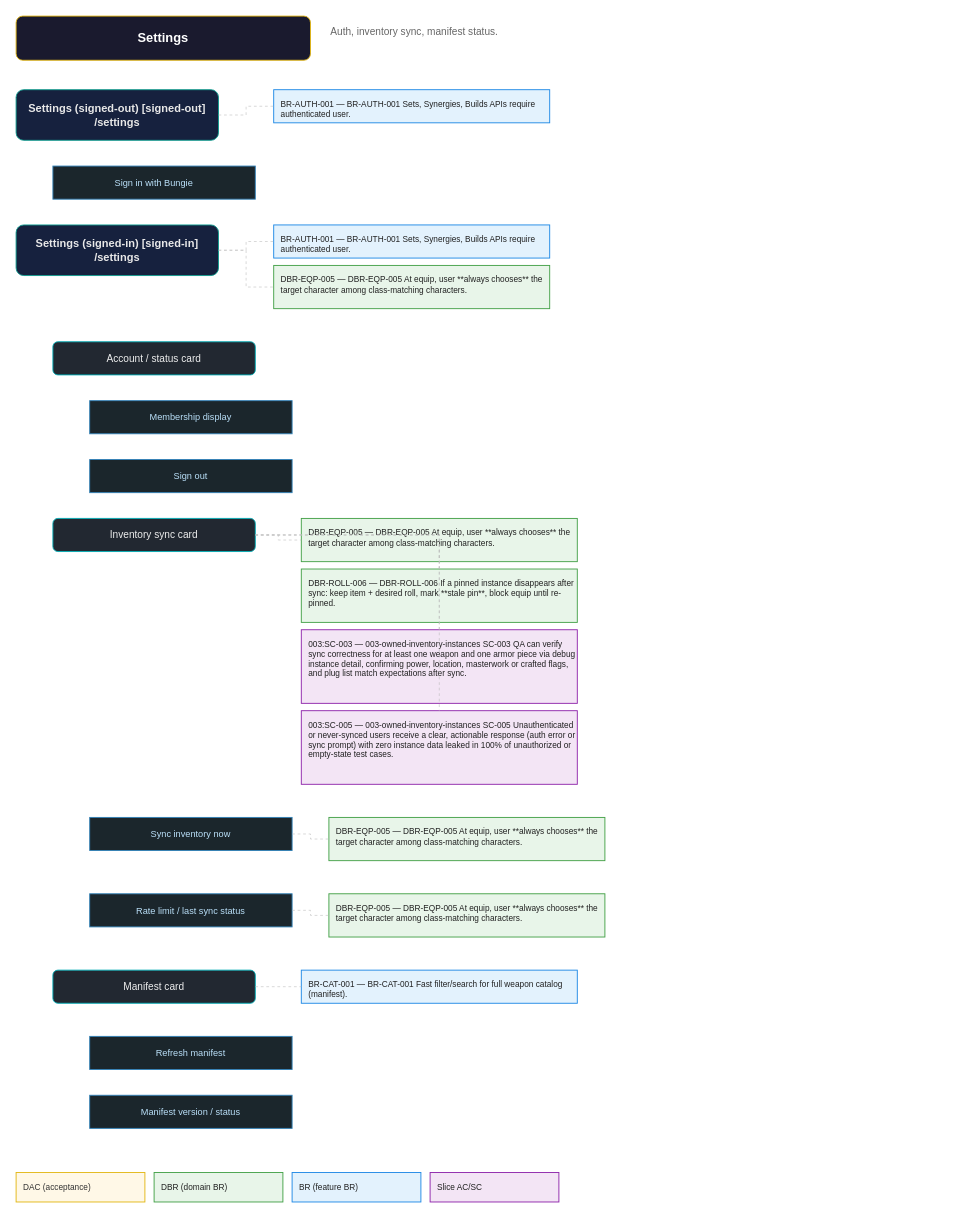
Above: page "Settings" (7 of 24) of docs/ui-rules/ui-map.drawio in DCForever/AI-Destiny-2-Build-Creator (draw.io), before the change. Source tidied: cells renumbered, new cells numbered last; positions are measured from the earlier drawing's top-left corner, leaving out a move shared by most shapes. Both pictures are drawn from the tidied source at 92%, with x=0, y=0 at pixel (16, 16).
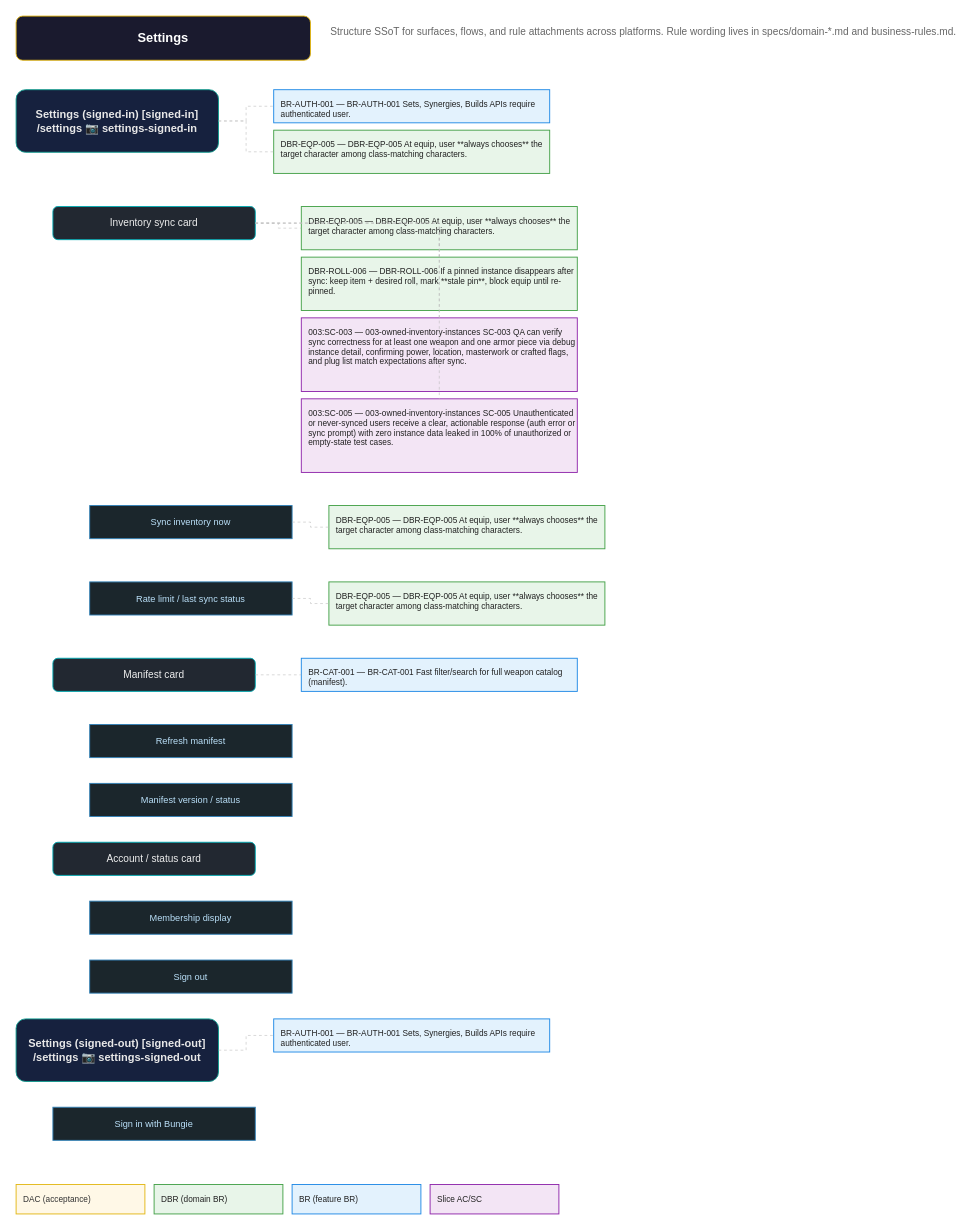
The same page after the edit.

Diff of the diagram source:
```diff
@@
-    <mxCell id="3" value="Auth, inventory sync, manifest status." style="text;html=1;strokeColor=none;fillColor=none;align=left;fontSize=11;fontColor=#666;" parent="1" vertex="1">
+    <mxCell id="3" value="Structure SSoT for surfaces, flows, and rule attachments across platforms. Rule wording lives in specs/domain-*.md and business-rules.md." style="text;html=1;strokeColor=none;fillColor=none;align=left;fontSize=11;fontColor=#666;" parent="1" vertex="1">
       <mxGeometry x="340" y="4" width="480" height="40" as="geometry" />
     </mxCell>
-    <mxCell id="4" value="Settings (signed-out) [signed-out] /settings" style="rounded=1;whiteSpace=wrap;html=1;fillColor=#16213e;fontColor=#e8e8e8;strokeColor=#0f9b8e;fontStyle=1;fontSize=12;" parent="1" vertex="1">
-      <mxGeometry y="80" width="220" height="55" as="geometry" />
+    <mxCell id="4" value="Settings (signed-in) [signed-in] /settings 📷 settings-signed-in" style="rounded=1;whiteSpace=wrap;html=1;fillColor=#16213e;fontColor=#e8e8e8;strokeColor=#0f9b8e;fontStyle=1;fontSize=12;" parent="1" vertex="1">
+      <mxGeometry y="80" width="220" height="68" as="geometry" />
     </mxCell>
@@
-    <mxCell id="7" value="Sign in with Bungie" style="rounded=0;whiteSpace=wrap;html=1;fillColor=#1b262c;fontColor=#bbe1fa;strokeColor=#3282b8;fontSize=10;" parent="1" vertex="1">
-      <mxGeometry x="40" y="163" width="220" height="36" as="geometry" />
+    <mxCell id="7" value="DBR-EQP-005 — DBR-EQP-005 At equip, user **always chooses** the target character among class-matching characters." style="rounded=0;whiteSpace=wrap;html=1;fillColor=#e8f5e9;fontColor=#222;strokeColor=#43a047;align=left;verticalAlign=top;spacingLeft=6;spacingTop=4;fontSize=9;" parent="1" vertex="1">
+      <mxGeometry x="280" y="124" width="300" height="47" as="geometry" />
     </mxCell>
-    <mxCell id="8" value="Settings (signed-in) [signed-in] /settings" style="rounded=1;whiteSpace=wrap;html=1;fillColor=#16213e;fontColor=#e8e8e8;strokeColor=#0f9b8e;fontStyle=1;fontSize=12;" parent="1" vertex="1">
-      <mxGeometry y="227" width="220" height="55" as="geometry" />
+    <mxCell id="8" style="edgeStyle=orthogonalEdgeStyle;rounded=0;html=1;strokeColor=#bbb;dashed=1;endArrow=none;opacity=60;" parent="1" edge="1" source="4" target="7">
+      <mxGeometry relative="1" as="geometry" />
     </mxCell>
-    <mxCell id="9" value="BR-AUTH-001 — BR-AUTH-001 Sets, Synergies, Builds APIs require authenticated user." style="rounded=0;whiteSpace=wrap;html=1;fillColor=#e3f2fd;fontColor=#222;strokeColor=#1e88e5;align=left;verticalAlign=top;spacingLeft=6;spacingTop=4;fontSize=9;" parent="1" vertex="1">
-      <mxGeometry x="280" y="227" width="300" height="36" as="geometry" />
+    <mxCell id="9" value="Inventory sync card" style="rounded=1;whiteSpace=wrap;html=1;fillColor=#222831;fontColor=#eeeeee;strokeColor=#00adb5;fontSize=11;" parent="1" vertex="1">
+      <mxGeometry x="40" y="207" width="220" height="36" as="geometry" />
     </mxCell>
-    <mxCell id="10" style="edgeStyle=orthogonalEdgeStyle;rounded=0;html=1;strokeColor=#bbb;dashed=1;endArrow=none;opacity=60;" parent="1" edge="1" source="8" target="9">
-      <mxGeometry relative="1" as="geometry" />
+    <mxCell id="10" value="DBR-EQP-005 — DBR-EQP-005 At equip, user **always chooses** the target character among class-matching characters." style="rounded=0;whiteSpace=wrap;html=1;fillColor=#e8f5e9;fontColor=#222;strokeColor=#43a047;align=left;verticalAlign=top;spacingLeft=6;spacingTop=4;fontSize=9;" parent="1" vertex="1">
+      <mxGeometry x="310" y="207" width="300" height="47" as="geometry" />
     </mxCell>
-    <mxCell id="11" value="DBR-EQP-005 — DBR-EQP-005 At equip, user **always chooses** the target character among class-matching characters." style="rounded=0;whiteSpace=wrap;html=1;fillColor=#e8f5e9;fontColor=#222;strokeColor=#43a047;align=left;verticalAlign=top;spacingLeft=6;spacingTop=4;fontSize=9;" parent="1" vertex="1">
-      <mxGeometry x="280" y="271" width="300" height="47" as="geometry" />
+    <mxCell id="11" style="edgeStyle=orthogonalEdgeStyle;rounded=0;html=1;strokeColor=#bbb;dashed=1;endArrow=none;opacity=60;" parent="1" edge="1" source="9" target="10">
+      <mxGeometry relative="1" as="geometry" />
     </mxCell>
-    <mxCell id="12" style="edgeStyle=orthogonalEdgeStyle;rounded=0;html=1;strokeColor=#bbb;dashed=1;endArrow=none;opacity=60;" parent="1" edge="1" source="8" target="11">
-      <mxGeometry relative="1" as="geometry" />
+    <mxCell id="12" value="DBR-ROLL-006 — DBR-ROLL-006 If a pinned instance disappears after sync: keep item + desired roll, mark **stale pin**, block equip until re-pinned." style="rounded=0;whiteSpace=wrap;html=1;fillColor=#e8f5e9;fontColor=#222;strokeColor=#43a047;align=left;verticalAlign=top;spacingLeft=6;spacingTop=4;fontSize=9;" parent="1" vertex="1">
+      <mxGeometry x="310" y="262" width="300" height="58" as="geometry" />
     </mxCell>
-    <mxCell id="13" value="Account / status card" style="rounded=1;whiteSpace=wrap;html=1;fillColor=#222831;fontColor=#eeeeee;strokeColor=#00adb5;fontSize=11;" parent="1" vertex="1">
-      <mxGeometry x="40" y="354" width="220" height="36" as="geometry" />
+    <mxCell id="13" style="edgeStyle=orthogonalEdgeStyle;rounded=0;html=1;strokeColor=#bbb;dashed=1;endArrow=none;opacity=60;" parent="1" edge="1" source="9" target="12">
+      <mxGeometry relative="1" as="geometry" />
     </mxCell>
-    <mxCell id="14" value="Membership display" style="rounded=0;whiteSpace=wrap;html=1;fillColor=#1b262c;fontColor=#bbe1fa;strokeColor=#3282b8;fontSize=10;" parent="1" vertex="1">
-      <mxGeometry x="80" y="418" width="220" height="36" as="geometry" />
+    <mxCell id="14" value="003:SC-003 — 003-owned-inventory-instances SC-003 QA can verify sync correctness for at least one weapon and one armor piece via debug instance detail, confirming power, location, masterwork or crafted flags, and plug list match expectations after sync." style="rounded=0;whiteSpace=wrap;html=1;fillColor=#f3e5f5;fontColor=#222;strokeColor=#8e24aa;align=left;verticalAlign=top;spacingLeft=6;spacingTop=4;fontSize=9;" parent="1" vertex="1">
+      <mxGeometry x="310" y="328" width="300" height="80" as="geometry" />
     </mxCell>
-    <mxCell id="15" value="Sign out" style="rounded=0;whiteSpace=wrap;html=1;fillColor=#1b262c;fontColor=#bbe1fa;strokeColor=#3282b8;fontSize=10;" parent="1" vertex="1">
-      <mxGeometry x="80" y="482" width="220" height="36" as="geometry" />
+    <mxCell id="15" style="edgeStyle=orthogonalEdgeStyle;rounded=0;html=1;strokeColor=#bbb;dashed=1;endArrow=none;opacity=60;" parent="1" edge="1" source="9" target="14">
+      <mxGeometry relative="1" as="geometry" />
     </mxCell>
-    <mxCell id="16" value="Inventory sync card" style="rounded=1;whiteSpace=wrap;html=1;fillColor=#222831;fontColor=#eeeeee;strokeColor=#00adb5;fontSize=11;" parent="1" vertex="1">
-      <mxGeometry x="40" y="546" width="220" height="36" as="geometry" />
+    <mxCell id="16" value="003:SC-005 — 003-owned-inventory-instances SC-005 Unauthenticated or never-synced users receive a clear, actionable response (auth error or sync prompt) with zero instance data leaked in 100% of unauthorized or empty-state test cases." style="rounded=0;whiteSpace=wrap;html=1;fillColor=#f3e5f5;fontColor=#222;strokeColor=#8e24aa;align=left;verticalAlign=top;spacingLeft=6;spacingTop=4;fontSize=9;" parent="1" vertex="1">
+      <mxGeometry x="310" y="416" width="300" height="80" as="geometry" />
     </mxCell>
-    <mxCell id="17" value="DBR-EQP-005 — DBR-EQP-005 At equip, user **always chooses** the target character among class-matching characters." style="rounded=0;whiteSpace=wrap;html=1;fillColor=#e8f5e9;fontColor=#222;strokeColor=#43a047;align=left;verticalAlign=top;spacingLeft=6;spacingTop=4;fontSize=9;" parent="1" vertex="1">
-      <mxGeometry x="310" y="546" width="300" height="47" as="geometry" />
+    <mxCell id="17" style="edgeStyle=orthogonalEdgeStyle;rounded=0;html=1;strokeColor=#bbb;dashed=1;endArrow=none;opacity=60;" parent="1" edge="1" source="9" target="16">
+      <mxGeometry relative="1" as="geometry" />
     </mxCell>
-    <mxCell id="18" style="edgeStyle=orthogonalEdgeStyle;rounded=0;html=1;strokeColor=#bbb;dashed=1;endArrow=none;opacity=60;" parent="1" edge="1" source="16" target="17">
-      <mxGeometry relative="1" as="geometry" />
+    <mxCell id="18" value="Sync inventory now" style="rounded=0;whiteSpace=wrap;html=1;fillColor=#1b262c;fontColor=#bbe1fa;strokeColor=#3282b8;fontSize=10;" parent="1" vertex="1">
+      <mxGeometry x="80" y="532" width="220" height="36" as="geometry" />
     </mxCell>
-    <mxCell id="19" value="DBR-ROLL-006 — DBR-ROLL-006 If a pinned instance disappears after sync: keep item + desired roll, mark **stale pin**, block equip until re-pinned." style="rounded=0;whiteSpace=wrap;html=1;fillColor=#e8f5e9;fontColor=#222;strokeColor=#43a047;align=left;verticalAlign=top;spacingLeft=6;spacingTop=4;fontSize=9;" parent="1" vertex="1">
-      <mxGeometry x="310" y="601" width="300" height="58" as="geometry" />
+    <mxCell id="19" value="DBR-EQP-005 — DBR-EQP-005 At equip, user **always chooses** the target character among class-matching characters." style="rounded=0;whiteSpace=wrap;html=1;fillColor=#e8f5e9;fontColor=#222;strokeColor=#43a047;align=left;verticalAlign=top;spacingLeft=6;spacingTop=4;fontSize=9;" parent="1" vertex="1">
+      <mxGeometry x="340" y="532" width="300" height="47" as="geometry" />
     </mxCell>
-    <mxCell id="20" style="edgeStyle=orthogonalEdgeStyle;rounded=0;html=1;strokeColor=#bbb;dashed=1;endArrow=none;opacity=60;" parent="1" edge="1" source="16" target="19">
+    <mxCell id="20" style="edgeStyle=orthogonalEdgeStyle;rounded=0;html=1;strokeColor=#bbb;dashed=1;endArrow=none;opacity=60;" parent="1" edge="1" source="18" target="19">
       <mxGeometry relative="1" as="geometry" />
     </mxCell>
-    <mxCell id="21" value="003:SC-003 — 003-owned-inventory-instances SC-003 QA can verify sync correctness for at least one weapon and one armor piece via debug instance detail, confirming power, location, masterwork or crafted flags, and plug list match expectations after sync." style="rounded=0;whiteSpace=wrap;html=1;fillColor=#f3e5f5;fontColor=#222;strokeColor=#8e24aa;align=left;verticalAlign=top;spacingLeft=6;spacingTop=4;fontSize=9;" parent="1" vertex="1">
-      <mxGeometry x="310" y="667" width="300" height="80" as="geometry" />
+    <mxCell id="21" value="Rate limit / last sync status" style="rounded=0;whiteSpace=wrap;html=1;fillColor=#1b262c;fontColor=#bbe1fa;strokeColor=#3282b8;fontSize=10;" parent="1" vertex="1">
+      <mxGeometry x="80" y="615" width="220" height="36" as="geometry" />
     </mxCell>
-    <mxCell id="22" style="edgeStyle=orthogonalEdgeStyle;rounded=0;html=1;strokeColor=#bbb;dashed=1;endArrow=none;opacity=60;" parent="1" edge="1" source="16" target="21">
-      <mxGeometry relative="1" as="geometry" />
+    <mxCell id="22" value="DBR-EQP-005 — DBR-EQP-005 At equip, user **always chooses** the target character among class-matching characters." style="rounded=0;whiteSpace=wrap;html=1;fillColor=#e8f5e9;fontColor=#222;strokeColor=#43a047;align=left;verticalAlign=top;spacingLeft=6;spacingTop=4;fontSize=9;" parent="1" vertex="1">
+      <mxGeometry x="340" y="615" width="300" height="47" as="geometry" />
     </mxCell>
-    <mxCell id="23" value="003:SC-005 — 003-owned-inventory-instances SC-005 Unauthenticated or never-synced users receive a clear, actionable response (auth error or sync prompt) with zero instance data leaked in 100% of unauthorized or empty-state test cases." style="rounded=0;whiteSpace=wrap;html=1;fillColor=#f3e5f5;fontColor=#222;strokeColor=#8e24aa;align=left;verticalAlign=top;spacingLeft=6;spacingTop=4;fontSize=9;" parent="1" vertex="1">
-      <mxGeometry x="310" y="755" width="300" height="80" as="geometry" />
+    <mxCell id="23" style="edgeStyle=orthogonalEdgeStyle;rounded=0;html=1;strokeColor=#bbb;dashed=1;endArrow=none;opacity=60;" parent="1" edge="1" source="21" target="22">
+      <mxGeometry relative="1" as="geometry" />
     </mxCell>
-    <mxCell id="24" style="edgeStyle=orthogonalEdgeStyle;rounded=0;html=1;strokeColor=#bbb;dashed=1;endArrow=none;opacity=60;" parent="1" edge="1" source="16" target="23">
-      <mxGeometry relative="1" as="geometry" />
+    <mxCell id="24" value="Manifest card" style="rounded=1;whiteSpace=wrap;html=1;fillColor=#222831;fontColor=#eeeeee;strokeColor=#00adb5;fontSize=11;" parent="1" vertex="1">
+      <mxGeometry x="40" y="698" width="220" height="36" as="geometry" />
     </mxCell>
-    <mxCell id="25" value="Sync inventory now" style="rounded=0;whiteSpace=wrap;html=1;fillColor=#1b262c;fontColor=#bbe1fa;strokeColor=#3282b8;fontSize=10;" parent="1" vertex="1">
-      <mxGeometry x="80" y="871" width="220" height="36" as="geometry" />
+    <mxCell id="25" value="BR-CAT-001 — BR-CAT-001 Fast filter/search for full weapon catalog (manifest)." style="rounded=0;whiteSpace=wrap;html=1;fillColor=#e3f2fd;fontColor=#222;strokeColor=#1e88e5;align=left;verticalAlign=top;spacingLeft=6;spacingTop=4;fontSize=9;" parent="1" vertex="1">
+      <mxGeometry x="310" y="698" width="300" height="36" as="geometry" />
     </mxCell>
-    <mxCell id="26" value="DBR-EQP-005 — DBR-EQP-005 At equip, user **always chooses** the target character among class-matching characters." style="rounded=0;whiteSpace=wrap;html=1;fillColor=#e8f5e9;fontColor=#222;strokeColor=#43a047;align=left;verticalAlign=top;spacingLeft=6;spacingTop=4;fontSize=9;" parent="1" vertex="1">
-      <mxGeometry x="340" y="871" width="300" height="47" as="geometry" />
+    <mxCell id="26" style="edgeStyle=orthogonalEdgeStyle;rounded=0;html=1;strokeColor=#bbb;dashed=1;endArrow=none;opacity=60;" parent="1" edge="1" source="24" target="25">
+      <mxGeometry relative="1" as="geometry" />
     </mxCell>
-    <mxCell id="27" style="edgeStyle=orthogonalEdgeStyle;rounded=0;html=1;strokeColor=#bbb;dashed=1;endArrow=none;opacity=60;" parent="1" edge="1" source="25" target="26">
-      <mxGeometry relative="1" as="geometry" />
+    <mxCell id="27" value="Refresh manifest" style="rounded=0;whiteSpace=wrap;html=1;fillColor=#1b262c;fontColor=#bbe1fa;strokeColor=#3282b8;fontSize=10;" parent="1" vertex="1">
+      <mxGeometry x="80" y="770" width="220" height="36" as="geometry" />
     </mxCell>
-    <mxCell id="28" value="Rate limit / last sync status" style="rounded=0;whiteSpace=wrap;html=1;fillColor=#1b262c;fontColor=#bbe1fa;strokeColor=#3282b8;fontSize=10;" parent="1" vertex="1">
-      <mxGeometry x="80" y="954" width="220" height="36" as="geometry" />
+    <mxCell id="28" value="Manifest version / status" style="rounded=0;whiteSpace=wrap;html=1;fillColor=#1b262c;fontColor=#bbe1fa;strokeColor=#3282b8;fontSize=10;" parent="1" vertex="1">
+      <mxGeometry x="80" y="834" width="220" height="36" as="geometry" />
     </mxCell>
-    <mxCell id="29" value="DBR-EQP-005 — DBR-EQP-005 At equip, user **always chooses** the target character among class-matching characters." style="rounded=0;whiteSpace=wrap;html=1;fillColor=#e8f5e9;fontColor=#222;strokeColor=#43a047;align=left;verticalAlign=top;spacingLeft=6;spacingTop=4;fontSize=9;" parent="1" vertex="1">
-      <mxGeometry x="340" y="954" width="300" height="47" as="geometry" />
+    <mxCell id="29" value="Account / status card" style="rounded=1;whiteSpace=wrap;html=1;fillColor=#222831;fontColor=#eeeeee;strokeColor=#00adb5;fontSize=11;" parent="1" vertex="1">
+      <mxGeometry x="40" y="898" width="220" height="36" as="geometry" />
     </mxCell>
-    <mxCell id="30" style="edgeStyle=orthogonalEdgeStyle;rounded=0;html=1;strokeColor=#bbb;dashed=1;endArrow=none;opacity=60;" parent="1" edge="1" source="28" target="29">
-      <mxGeometry relative="1" as="geometry" />
+    <mxCell id="30" value="Membership display" style="rounded=0;whiteSpace=wrap;html=1;fillColor=#1b262c;fontColor=#bbe1fa;strokeColor=#3282b8;fontSize=10;" parent="1" vertex="1">
+      <mxGeometry x="80" y="962" width="220" height="36" as="geometry" />
     </mxCell>
-    <mxCell id="31" value="Manifest card" style="rounded=1;whiteSpace=wrap;html=1;fillColor=#222831;fontColor=#eeeeee;strokeColor=#00adb5;fontSize=11;" parent="1" vertex="1">
-      <mxGeometry x="40" y="1037" width="220" height="36" as="geometry" />
+    <mxCell id="31" value="Sign out" style="rounded=0;whiteSpace=wrap;html=1;fillColor=#1b262c;fontColor=#bbe1fa;strokeColor=#3282b8;fontSize=10;" parent="1" vertex="1">
+      <mxGeometry x="80" y="1026" width="220" height="36" as="geometry" />
     </mxCell>
-    <mxCell id="32" value="BR-CAT-001 — BR-CAT-001 Fast filter/search for full weapon catalog (manifest)." style="rounded=0;whiteSpace=wrap;html=1;fillColor=#e3f2fd;fontColor=#222;strokeColor=#1e88e5;align=left;verticalAlign=top;spacingLeft=6;spacingTop=4;fontSize=9;" parent="1" vertex="1">
-      <mxGeometry x="310" y="1037" width="300" height="36" as="geometry" />
+    <mxCell id="32" value="Settings (signed-out) [signed-out] /settings 📷 settings-signed-out" style="rounded=1;whiteSpace=wrap;html=1;fillColor=#16213e;fontColor=#e8e8e8;strokeColor=#0f9b8e;fontStyle=1;fontSize=12;" parent="1" vertex="1">
+      <mxGeometry y="1090" width="220" height="68" as="geometry" />
     </mxCell>
-    <mxCell id="33" style="edgeStyle=orthogonalEdgeStyle;rounded=0;html=1;strokeColor=#bbb;dashed=1;endArrow=none;opacity=60;" parent="1" edge="1" source="31" target="32">
-      <mxGeometry relative="1" as="geometry" />
+    <mxCell id="33" value="BR-AUTH-001 — BR-AUTH-001 Sets, Synergies, Builds APIs require authenticated user." style="rounded=0;whiteSpace=wrap;html=1;fillColor=#e3f2fd;fontColor=#222;strokeColor=#1e88e5;align=left;verticalAlign=top;spacingLeft=6;spacingTop=4;fontSize=9;" parent="1" vertex="1">
+      <mxGeometry x="280" y="1090" width="300" height="36" as="geometry" />
     </mxCell>
-    <mxCell id="34" value="Refresh manifest" style="rounded=0;whiteSpace=wrap;html=1;fillColor=#1b262c;fontColor=#bbe1fa;strokeColor=#3282b8;fontSize=10;" parent="1" vertex="1">
-      <mxGeometry x="80" y="1109" width="220" height="36" as="geometry" />
+    <mxCell id="34" style="edgeStyle=orthogonalEdgeStyle;rounded=0;html=1;strokeColor=#bbb;dashed=1;endArrow=none;opacity=60;" parent="1" edge="1" source="32" target="33">
+      <mxGeometry relative="1" as="geometry" />
     </mxCell>
-    <mxCell id="35" value="Manifest version / status" style="rounded=0;whiteSpace=wrap;html=1;fillColor=#1b262c;fontColor=#bbe1fa;strokeColor=#3282b8;fontSize=10;" parent="1" vertex="1">
-      <mxGeometry x="80" y="1173" width="220" height="36" as="geometry" />
+    <mxCell id="35" value="Sign in with Bungie" style="rounded=0;whiteSpace=wrap;html=1;fillColor=#1b262c;fontColor=#bbe1fa;strokeColor=#3282b8;fontSize=10;" parent="1" vertex="1">
+      <mxGeometry x="40" y="1186" width="220" height="36" as="geometry" />
     </mxCell>
     <mxCell id="36" value="DAC (acceptance)" style="rounded=0;whiteSpace=wrap;html=1;fillColor=#fff8e7;fontColor=#333;strokeColor=#e2b714;align=left;verticalAlign=top;spacingLeft=6;spacingTop=4;fontSize=9;" parent="1" vertex="1">
-      <mxGeometry y="1257" width="140" height="32" as="geometry" />
+      <mxGeometry y="1270" width="140" height="32" as="geometry" />
     </mxCell>
     <mxCell id="37" value="DBR (domain BR)" style="rounded=0;whiteSpace=wrap;html=1;fillColor=#e8f5e9;fontColor=#222;strokeColor=#43a047;align=left;verticalAlign=top;spacingLeft=6;spacingTop=4;fontSize=9;" parent="1" vertex="1">
-      <mxGeometry x="150" y="1257" width="140" height="32" as="geometry" />
+      <mxGeometry x="150" y="1270" width="140" height="32" as="geometry" />
     </mxCell>
     <mxCell id="38" value="BR (feature BR)" style="rounded=0;whiteSpace=wrap;html=1;fillColor=#e3f2fd;fontColor=#222;strokeColor=#1e88e5;align=left;verticalAlign=top;spacingLeft=6;spacingTop=4;fontSize=9;" parent="1" vertex="1">
-      <mxGeometry x="300" y="1257" width="140" height="32" as="geometry" />
+      <mxGeometry x="300" y="1270" width="140" height="32" as="geometry" />
     </mxCell>
     <mxCell id="39" value="Slice AC/SC" style="rounded=0;whiteSpace=wrap;html=1;fillColor=#f3e5f5;fontColor=#222;strokeColor=#8e24aa;align=left;verticalAlign=top;spacingLeft=6;spacingTop=4;fontSize=9;" parent="1" vertex="1">
-      <mxGeometry x="450" y="1257" width="140" height="32" as="geometry" />
+      <mxGeometry x="450" y="1270" width="140" height="32" as="geometry" />
     </mxCell>
```
